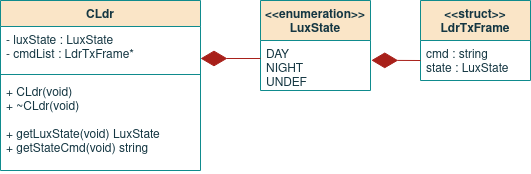
Before: report/images/09sw_specification/LS/cldr/class.png, a diagram exported from draw.io (ESRGgroup9/slipad). Source tidied: cells renumbered, new cells last; positions are measured from the earlier drawing's top-left corner, leaving out a move shared by most shapes.
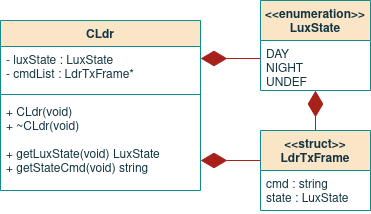
The same file after the commit.

Change to the diagram source:
```diff
@@ -3,7 +3,7 @@
     <mxCell id="0" />
     <mxCell id="1" parent="0" />
     <mxCell id="2" value="CLdr" style="swimlane;fontStyle=1;align=center;verticalAlign=top;horizontal=1;startSize=26;fillColor=#FAE5C7;strokeColor=#0F8B8D;fontColor=#143642;" parent="1" vertex="1">
-      <mxGeometry width="200" height="170" as="geometry" />
+      <mxGeometry y="20" width="200" height="170" as="geometry" />
     </mxCell>
     <mxCell id="3" value="- luxState : LuxState&#10;- cmdList : LdrTxFrame*&#10; " style="text;strokeColor=none;fillColor=none;align=left;verticalAlign=top;spacingLeft=4;spacingRight=4;overflow=hidden;points=[[0,0.5],[1,0.5]];portConstraint=eastwest;fontColor=#143642;" parent="2" vertex="1">
       <mxGeometry y="26" width="200" height="44" as="geometry" />
@@ -21,18 +21,25 @@
       <mxGeometry y="40" width="110" height="50" as="geometry" />
     </mxCell>
     <mxCell id="8" value="&lt;&lt;struct&gt;&gt;&#10;LdrTxFrame&#10;" style="swimlane;fontStyle=1;align=center;verticalAlign=top;horizontal=1;startSize=40;fillColor=#FAE5C7;strokeColor=#0F8B8D;fontColor=#143642;" parent="1" vertex="1">
-      <mxGeometry x="420" width="110" height="80" as="geometry" />
+      <mxGeometry x="260" y="130" width="110" height="80" as="geometry" />
     </mxCell>
     <mxCell id="9" value="cmd : string&#10;state : LuxState &#10;" style="text;strokeColor=none;fillColor=none;align=left;verticalAlign=top;spacingLeft=4;spacingRight=4;overflow=hidden;points=[[0,0.5],[1,0.5]];portConstraint=eastwest;fontColor=#143642;" parent="8" vertex="1">
       <mxGeometry y="40" width="110" height="40" as="geometry" />
     </mxCell>
-    <mxCell id="10" style="endArrow=diamondThin;endFill=1;endSize=24;html=1;rounded=0;sketch=0;fontColor=#143642;strokeColor=#A8201A;fillColor=#FAE5C7;entryX=1;entryY=0.727;entryDx=0;entryDy=0;entryPerimeter=0;" parent="1" edge="1" target="3">
+    <mxCell id="10" style="endArrow=diamondThin;endFill=1;endSize=24;html=1;rounded=0;sketch=0;fontColor=#143642;strokeColor=#A8201A;fillColor=#FAE5C7;" parent="1" edge="1">
       <mxGeometry relative="1" as="geometry">
         <mxPoint x="260" y="58" as="sourcePoint" />
+        <mxPoint x="200" y="58" as="targetPoint" />
       </mxGeometry>
     </mxCell>
-    <mxCell id="11" style="endArrow=diamondThin;endFill=1;endSize=24;html=1;rounded=0;sketch=0;fontColor=#143642;strokeColor=#A8201A;fillColor=#FAE5C7;entryX=1.007;entryY=0.396;entryDx=0;entryDy=0;exitX=0;exitY=0.5;exitDx=0;exitDy=0;entryPerimeter=0;" parent="1" edge="1" source="9" target="7">
+    <mxCell id="11" style="endArrow=diamondThin;endFill=1;endSize=24;html=1;rounded=0;sketch=0;fontColor=#143642;strokeColor=#A8201A;fillColor=#FAE5C7;exitX=0.5;exitY=0;exitDx=0;exitDy=0;" parent="1" edge="1" source="8" target="7">
       <mxGeometry relative="1" as="geometry" />
     </mxCell>
+    <mxCell id="12" style="endArrow=diamondThin;endFill=1;endSize=24;html=1;rounded=0;sketch=0;fontColor=#143642;strokeColor=#A8201A;fillColor=#FAE5C7;" parent="1" edge="1">
+      <mxGeometry relative="1" as="geometry">
+        <mxPoint x="260" y="160" as="sourcePoint" />
+        <mxPoint x="200" y="160" as="targetPoint" />
+      </mxGeometry>
+    </mxCell>
   </root>
 </mxGraphModel>
```
